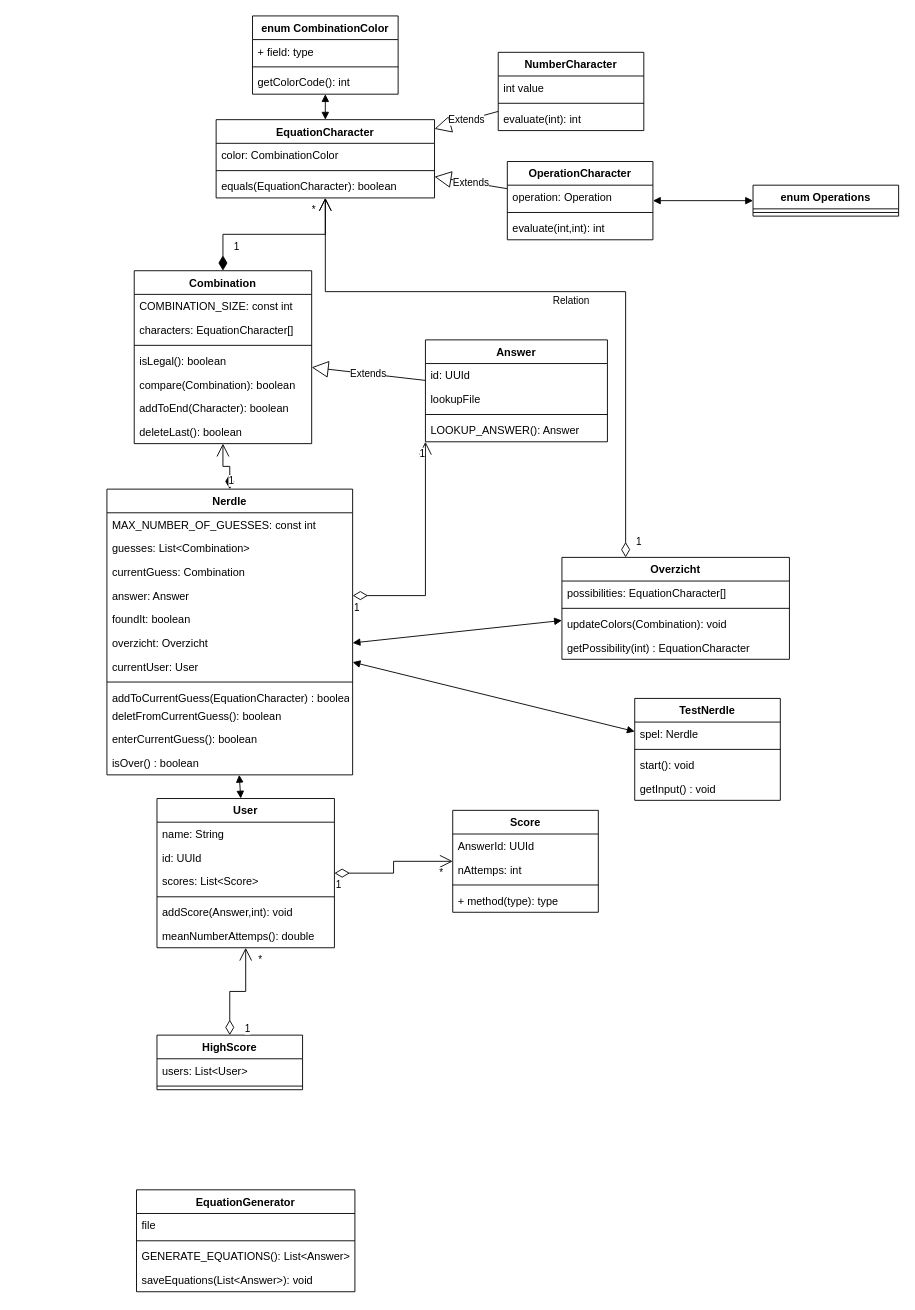
jelseg/Nerdle keeps this draw.io diagram as KlasseDiagram.drawio. Above is the earlier version. Source tidied: cells renumbered, new cells numbered last; positions are measured from the earlier drawing's top-left corner, leaving out a move shared by most shapes. Both pictures are drawn from the tidied source at 91%, with x=0, y=0 at pixel (106, 15).
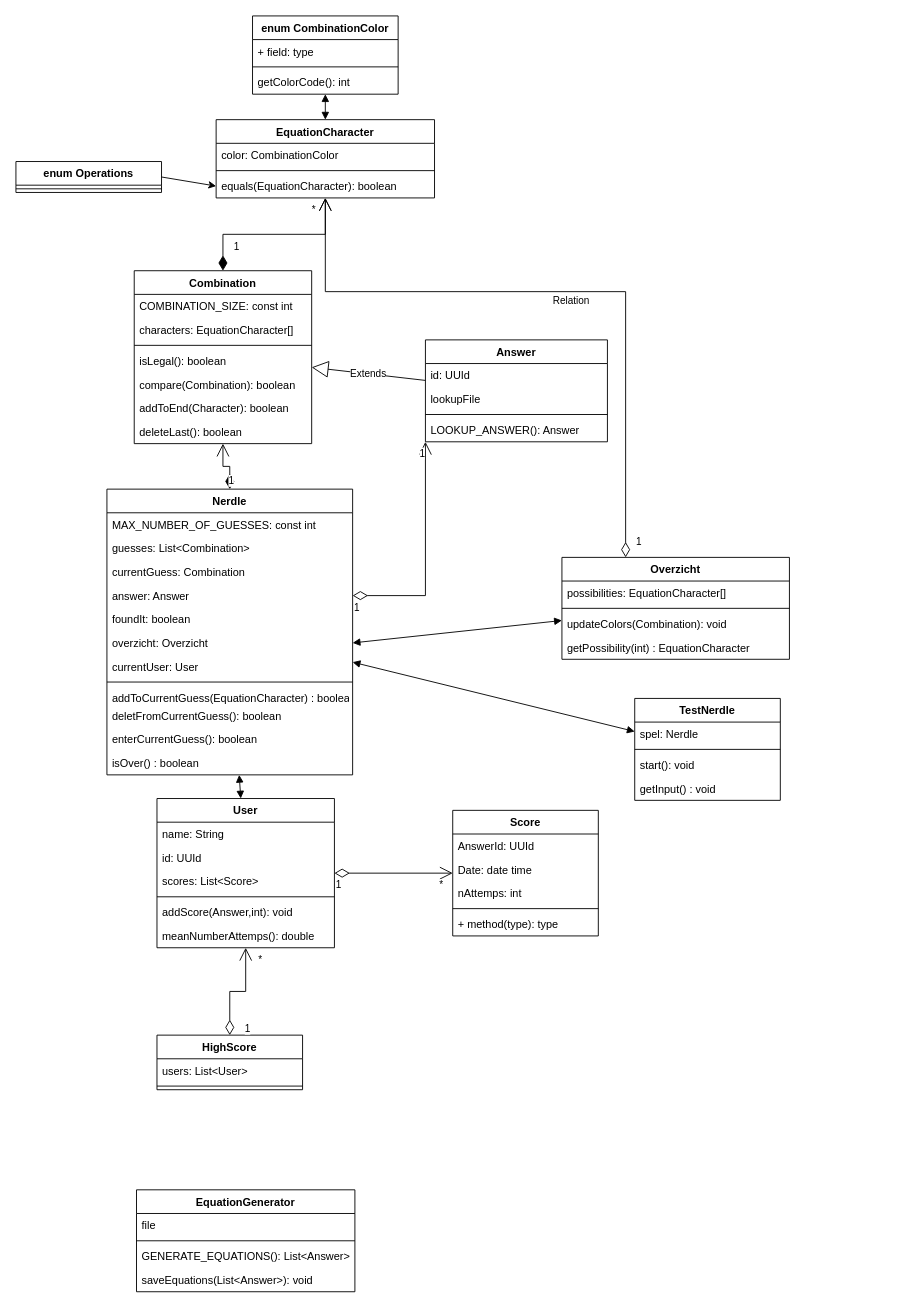
The same diagram, later.

Unchanged cells that the change refers to:
```xml
<mxCell id="24" value="EquationCharacter" style="swimlane;fontStyle=1;align=center;verticalAlign=top;horizontal=1;startSize=26;" parent="1" vertex="1">
  <mxGeometry x="120" y="114" width="240" height="86" as="geometry" />
</mxCell>
<mxCell id="27" value="equals(EquationCharacter): boolean" style="text;strokeColor=none;fillColor=none;align=left;verticalAlign=top;spacingLeft=4;spacingRight=4;overflow=hidden;points=[[0,0.5],[1,0.5]];portConstraint=eastwest;" parent="24" vertex="1">
  <mxGeometry y="60" width="240" height="26" as="geometry" />
</mxCell>
```

Change to the diagram source:
```diff
@@
     <mxCell id="33" value="enum Operations" style="swimlane;fontStyle=1;align=center;verticalAlign=top;horizontal=1;startSize=26;" parent="1" vertex="1">
-      <mxGeometry x="710" y="186" width="160" height="34" as="geometry" />
+      <mxGeometry x="-100" y="160" width="160" height="34" as="geometry" />
     </mxCell>
@@
-    <mxCell id="35" style="endArrow=block;startArrow=block;endFill=1;startFill=1;html=1;rounded=0;" parent="1" edge="1" source="92" target="33">
-      <mxGeometry relative="1" as="geometry" />
-    </mxCell>
@@
     <mxCell id="54" value="Score" style="swimlane;fontStyle=1;align=center;verticalAlign=top;horizontal=1;startSize=26;" parent="1" vertex="1">
-      <mxGeometry x="380" y="873" width="160" height="112" as="geometry" />
+      <mxGeometry x="380" y="873" width="160" height="138" as="geometry" />
     </mxCell>
@@
+    <mxCell id="98" value="Date: date time" style="text;strokeColor=none;fillColor=none;align=left;verticalAlign=top;spacingLeft=4;spacingRight=4;overflow=hidden;" parent="54" vertex="1">
+      <mxGeometry y="52" width="160" height="26" as="geometry" />
+    </mxCell>
     <mxCell id="56" value="nAttemps: int" style="text;strokeColor=none;fillColor=none;align=left;verticalAlign=top;spacingLeft=4;spacingRight=4;overflow=hidden;" parent="54" vertex="1">
-      <mxGeometry y="52" width="160" height="26" as="geometry" />
+      <mxGeometry y="78" width="160" height="26" as="geometry" />
     </mxCell>
     <mxCell id="57" style="line;strokeWidth=1;fillColor=none;align=left;verticalAlign=middle;spacingTop=-1;spacingLeft=3;spacingRight=3;labelPosition=right;strokeColor=inherit;" parent="54" vertex="1">
-      <mxGeometry y="78" width="160" height="8" as="geometry" />
+      <mxGeometry y="104" width="160" height="8" as="geometry" />
     </mxCell>
     <mxCell id="58" value="+ method(type): type" style="text;strokeColor=none;fillColor=none;align=left;verticalAlign=top;spacingLeft=4;spacingRight=4;overflow=hidden;" parent="54" vertex="1">
-      <mxGeometry y="86" width="160" height="26" as="geometry" />
+      <mxGeometry y="112" width="160" height="26" as="geometry" />
     </mxCell>
@@
-    <mxCell id="88" value="NumberCharacter" style="swimlane;fontStyle=1;align=center;verticalAlign=top;horizontal=1;startSize=26;" parent="1" vertex="1">
-      <mxGeometry x="430" y="40" width="160" height="86" as="geometry" />
-    </mxCell>
-    <mxCell id="89" value="int value" style="text;strokeColor=none;fillColor=none;align=left;verticalAlign=top;spacingLeft=4;spacingRight=4;overflow=hidden;" parent="88" vertex="1">
-      <mxGeometry y="26" width="160" height="26" as="geometry" />
-    </mxCell>
-    <mxCell id="90" style="line;strokeWidth=1;fillColor=none;align=left;verticalAlign=middle;spacingTop=-1;spacingLeft=3;spacingRight=3;labelPosition=right;strokeColor=inherit;" parent="88" vertex="1">
-      <mxGeometry y="52" width="160" height="8" as="geometry" />
-    </mxCell>
-    <mxCell id="91" value="evaluate(int): int" style="text;strokeColor=none;fillColor=none;align=left;verticalAlign=top;spacingLeft=4;spacingRight=4;overflow=hidden;" parent="88" vertex="1">
-      <mxGeometry y="60" width="160" height="26" as="geometry" />
-    </mxCell>
-    <mxCell id="92" value="OperationCharacter" style="swimlane;fontStyle=1;align=center;verticalAlign=top;horizontal=1;startSize=26;" parent="1" vertex="1">
-      <mxGeometry x="440" y="160" width="160" height="86" as="geometry" />
-    </mxCell>
-    <mxCell id="93" value="operation: Operation" style="text;strokeColor=none;fillColor=none;align=left;verticalAlign=top;spacingLeft=4;spacingRight=4;overflow=hidden;" parent="92" vertex="1">
-      <mxGeometry y="26" width="160" height="26" as="geometry" />
-    </mxCell>
-    <mxCell id="94" style="line;strokeWidth=1;fillColor=none;align=left;verticalAlign=middle;spacingTop=-1;spacingLeft=3;spacingRight=3;labelPosition=right;strokeColor=inherit;" parent="92" vertex="1">
-      <mxGeometry y="52" width="160" height="8" as="geometry" />
-    </mxCell>
-    <mxCell id="95" value="evaluate(int,int): int" style="text;strokeColor=none;fillColor=none;align=left;verticalAlign=top;spacingLeft=4;spacingRight=4;overflow=hidden;" parent="92" vertex="1">
-      <mxGeometry y="60" width="160" height="26" as="geometry" />
-    </mxCell>
-    <mxCell id="96" value="Extends" style="endArrow=block;endSize=16;endFill=0;html=1;rounded=0;" parent="1" edge="1" source="88" target="24">
-      <mxGeometry relative="1" as="geometry" />
-    </mxCell>
-    <mxCell id="97" value="Extends" style="endArrow=block;endSize=16;endFill=0;html=1;rounded=0;" parent="1" edge="1" source="92" target="24">
-      <mxGeometry relative="1" as="geometry" />
-    </mxCell>
+    <mxCell id="99" style="endArrow=classic;html=1;rounded=0;entryX=0;entryY=0.5;entryDx=0;entryDy=0;exitX=1;exitY=0.5;exitDx=0;exitDy=0;" parent="1" edge="1" source="33" target="27">
+      <mxGeometry relative="1" as="geometry" />
+    </mxCell>
```
